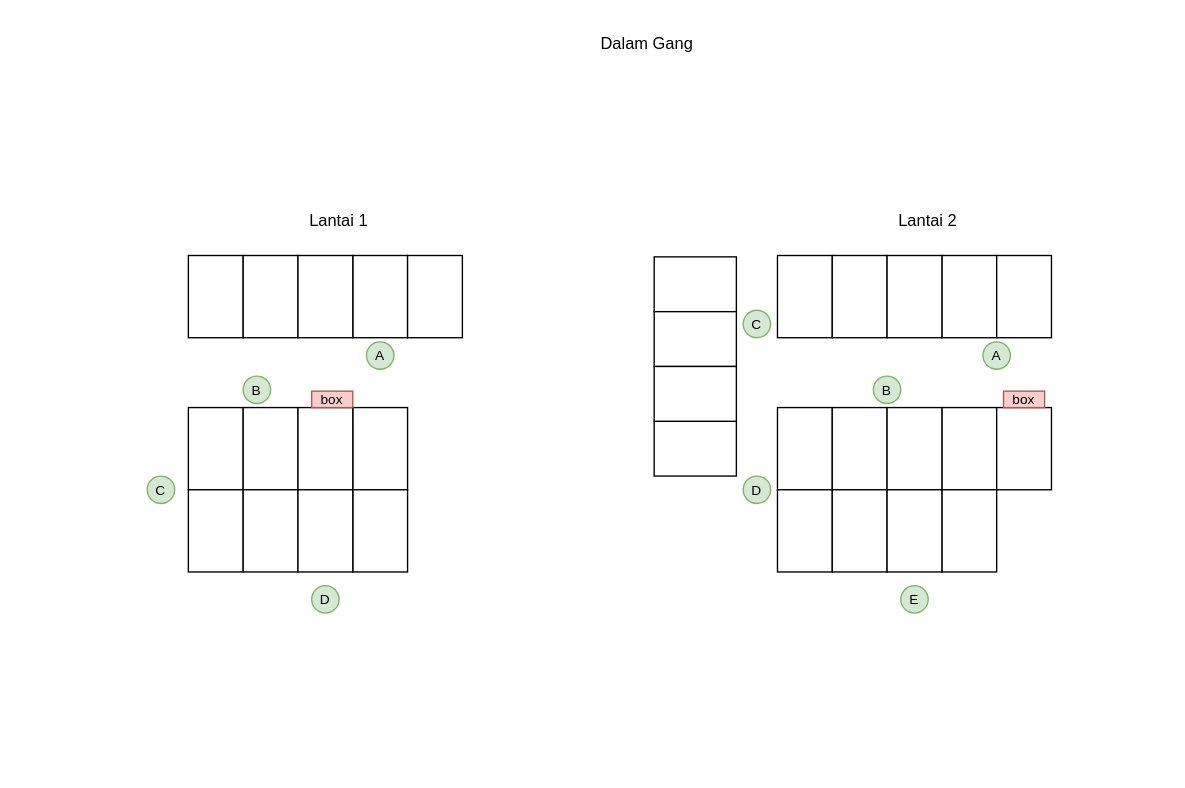
Above: page "Denah Site 2" (1 of 4) of Mapping & Topologi Kos Bu Nia.drawio in hnkzf/topologi-site (draw.io), before the change. Source tidied: cells renumbered, new cells numbered last; positions are measured from the earlier drawing's top-left corner, leaving out a move shared by most shapes. Both pictures are drawn from the tidied source at 137%, with x=0, y=0 at pixel (147, 23). Pictures stored in the file or linked from it are replaced by grey dashed boxes.
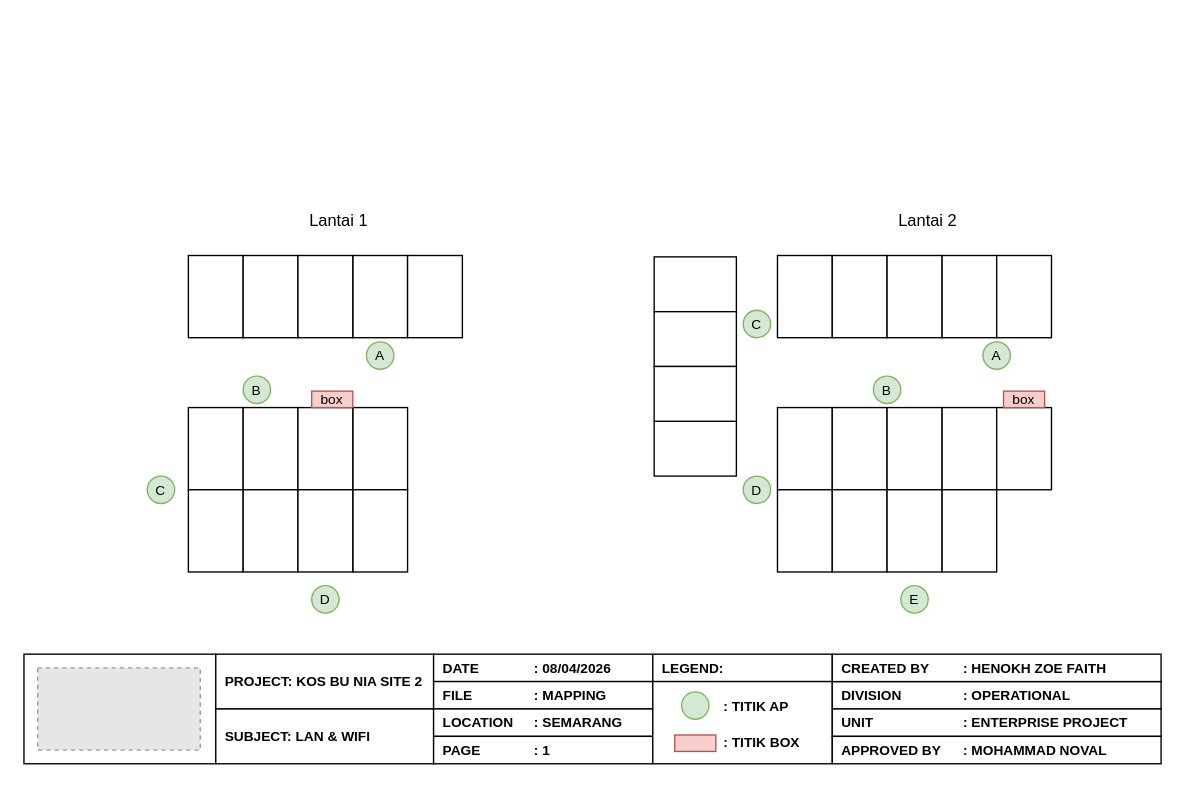
Above is the later version.

What changed in the source:
```diff
@@
-    <mxCell id="46" value="Dalam Gang" style="text;html=1;whiteSpace=wrap;strokeColor=none;fillColor=none;align=center;verticalAlign=middle;rounded=0;" parent="1" vertex="1">
-      <mxGeometry x="310" width="110" height="30" as="geometry" />
-    </mxCell>
+    <mxCell id="47" style="rounded=0;whiteSpace=wrap;html=1;fontSize=10;" parent="1" vertex="1">
+      <mxGeometry x="-90" y="460" width="140" height="80" as="geometry" />
+    </mxCell>
+    <mxCell id="48" style="fillColor=#E6E6E6;strokeColor=#999999;dashed=1;verticalLabelPosition=bottom;labelBackgroundColor=default;verticalAlign=top;fontSize=10;" parent="1" vertex="1">
+      <mxGeometry x="-80" y="470" width="118.7" height="60" as="geometry" />
+    </mxCell>
+    <mxCell id="49" value="PROJECT: KOS BU NIA SITE 2" style="rounded=0;whiteSpace=wrap;html=1;align=left;fontStyle=1;fontSize=10;spacingLeft=5;" parent="1" vertex="1">
+      <mxGeometry x="50" y="460" width="159" height="40" as="geometry" />
+    </mxCell>
+    <mxCell id="50" value="SUBJECT: LAN &amp;amp; WIFI" style="rounded=0;whiteSpace=wrap;html=1;align=left;fontStyle=1;fontSize=10;spacingLeft=5;" parent="1" vertex="1">
+      <mxGeometry x="50" y="500" width="159" height="40" as="geometry" />
+    </mxCell>
+    <mxCell id="51" value="DATE&lt;span style=&quot;white-space: pre;&quot;&gt;&#9;&lt;/span&gt;&amp;nbsp; &amp;nbsp;&lt;span style=&quot;white-space: pre;&quot;&gt;&#9;&lt;/span&gt;: 08/04/2026" style="rounded=0;whiteSpace=wrap;html=1;align=left;fontStyle=1;fontSize=10;spacingLeft=5;" parent="1" vertex="1">
+      <mxGeometry x="209" y="460" width="160" height="20" as="geometry" />
+    </mxCell>
+    <mxCell id="52" value="FILE&lt;span style=&quot;white-space: pre;&quot;&gt;&#9;&lt;/span&gt;&lt;span style=&quot;white-space: pre;&quot;&gt;&#9;&lt;/span&gt;: MAPPING" style="rounded=0;whiteSpace=wrap;html=1;align=left;fontStyle=1;fontSize=10;spacingLeft=5;" parent="1" vertex="1">
+      <mxGeometry x="209" y="480" width="160" height="20" as="geometry" />
+    </mxCell>
+    <mxCell id="53" value="LOCATION&lt;span style=&quot;white-space: pre;&quot;&gt;&#9;&lt;/span&gt;: SEMARANG" style="rounded=0;whiteSpace=wrap;html=1;align=left;fontStyle=1;fontSize=10;spacingLeft=5;" parent="1" vertex="1">
+      <mxGeometry x="209" y="500" width="160" height="20" as="geometry" />
+    </mxCell>
+    <mxCell id="54" value="PAGE&lt;span style=&quot;white-space: pre;&quot;&gt;&#9;&lt;/span&gt;&lt;span style=&quot;white-space: pre;&quot;&gt;&#9;&lt;/span&gt;: 1" style="rounded=0;whiteSpace=wrap;html=1;align=left;fontStyle=1;fontSize=10;spacingLeft=5;" parent="1" vertex="1">
+      <mxGeometry x="209" y="520" width="160" height="20" as="geometry" />
+    </mxCell>
+    <mxCell id="55" value="LEGEND:" style="rounded=0;whiteSpace=wrap;html=1;align=left;fontStyle=1;fontSize=10;spacingLeft=5;" parent="1" vertex="1">
+      <mxGeometry x="369" y="460" width="131" height="20" as="geometry" />
+    </mxCell>
+    <mxCell id="56" style="rounded=0;whiteSpace=wrap;html=1;align=left;fontStyle=1;fontSize=10;spacingLeft=5;" parent="1" vertex="1">
+      <mxGeometry x="369" y="480" width="131" height="60" as="geometry" />
+    </mxCell>
+    <mxCell id="57" value="DIVISION&lt;span style=&quot;white-space: pre;&quot;&gt;&#9;&lt;/span&gt;&lt;span style=&quot;white-space: pre;&quot;&gt;&#9;&lt;/span&gt;: OPERATIONAL" style="rounded=0;whiteSpace=wrap;html=1;align=left;fontStyle=1;fontSize=10;spacingLeft=5;" parent="1" vertex="1">
+      <mxGeometry x="500" y="480" width="240" height="20" as="geometry" />
+    </mxCell>
+    <mxCell id="58" value="UNIT&lt;span style=&quot;white-space: pre;&quot;&gt;&#9;&lt;/span&gt;&lt;span style=&quot;white-space: pre;&quot;&gt;&#9;&lt;/span&gt;&lt;span style=&quot;white-space: pre;&quot;&gt;&#9;&lt;/span&gt;: ENTERPRISE PROJECT" style="rounded=0;whiteSpace=wrap;html=1;align=left;fontStyle=1;fontSize=10;spacingLeft=5;" parent="1" vertex="1">
+      <mxGeometry x="500" y="500" width="240" height="20" as="geometry" />
+    </mxCell>
+    <mxCell id="59" value="APPROVED BY&lt;span style=&quot;white-space: pre;&quot;&gt;&#9;&lt;/span&gt;: MOHAMMAD NOVAL" style="rounded=0;whiteSpace=wrap;html=1;align=left;fontStyle=1;fontSize=10;spacingLeft=5;" parent="1" vertex="1">
+      <mxGeometry x="500" y="520" width="240" height="20" as="geometry" />
+    </mxCell>
+    <mxCell id="60" value="CREATED BY&lt;span style=&quot;white-space: pre;&quot;&gt;&#9;&lt;/span&gt;&lt;span style=&quot;white-space: pre;&quot;&gt;&#9;&lt;/span&gt;: HENOKH ZOE FAITH" style="rounded=0;whiteSpace=wrap;html=1;align=left;fontStyle=1;fontSize=10;spacingLeft=5;" parent="1" vertex="1">
+      <mxGeometry x="500" y="460" width="240" height="20" as="geometry" />
+    </mxCell>
+    <mxCell id="61" value=": TITIK AP" style="text;html=1;whiteSpace=wrap;strokeColor=none;fillColor=none;align=left;verticalAlign=middle;rounded=0;fontSize=10;fontStyle=1;" parent="1" vertex="1">
+      <mxGeometry x="419" y="490" width="70" height="15" as="geometry" />
+    </mxCell>
+    <mxCell id="62" value=": TITIK BOX" style="text;html=1;whiteSpace=wrap;strokeColor=none;fillColor=none;align=left;verticalAlign=middle;rounded=0;fontSize=10;fontStyle=1;" parent="1" vertex="1">
+      <mxGeometry x="419" y="516" width="71" height="15" as="geometry" />
+    </mxCell>
+    <mxCell id="63" style="ellipse;whiteSpace=wrap;html=1;fillColor=#d5e8d4;strokeColor=#82b366;fontSize=10;" parent="1" vertex="1">
+      <mxGeometry x="390" y="487.5" width="20" height="20" as="geometry" />
+    </mxCell>
+    <mxCell id="64" style="rounded=0;whiteSpace=wrap;html=1;fillColor=#f8cecc;strokeColor=#b85450;fontSize=10;" parent="1" vertex="1">
+      <mxGeometry x="385" y="519" width="30" height="12" as="geometry" />
+    </mxCell>
```
